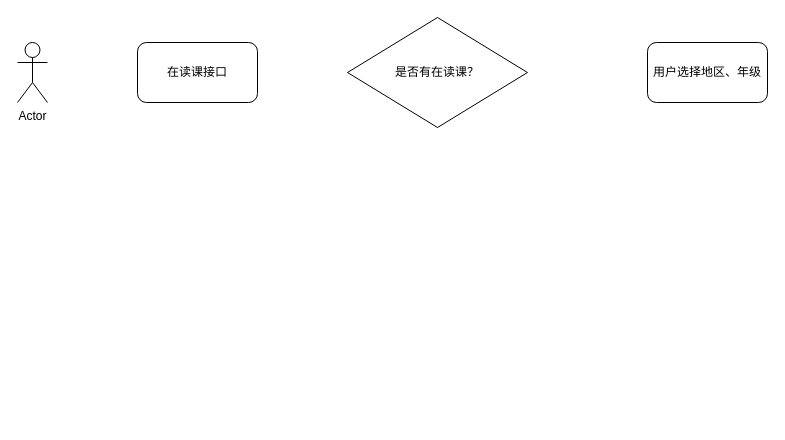
The draw.io diagram xiwang/小_初扩课.drawio in LanSeTianYe/draw, before the edit. Source tidied: cells renumbered, new cells numbered last; positions are measured from the earlier drawing's top-left corner, leaving out a move shared by most shapes. Both pictures are drawn from the tidied source at 100%, with x=0, y=0 at pixel (17, 17).
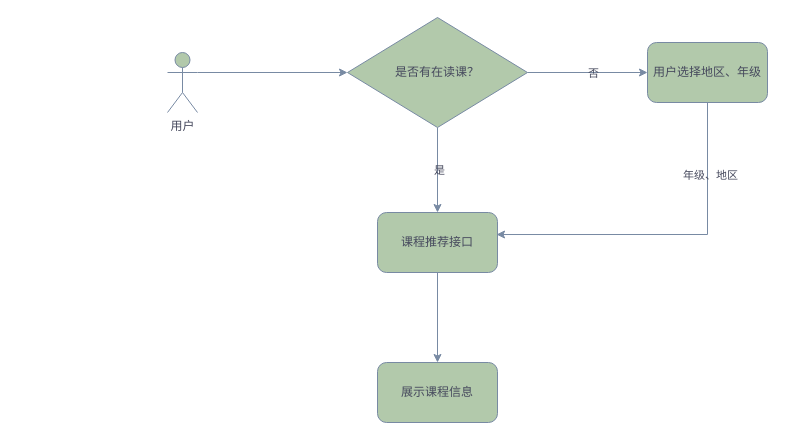
The same page after the edit.

Commit message (it also covers changes not shown here):
更新小_初扩课.drawio

Change to the diagram source:
```diff
@@
 <mxGraphModel>
   <root>
     <mxCell id="0" />
     <mxCell id="1" parent="0" />
+    <mxCell id="6" style="edgeStyle=orthogonalEdgeStyle;rounded=0;jettySize=auto;html=1;exitX=1;exitY=0.3333333333333333;exitDx=0;exitDy=0;exitPerimeter=0;entryX=0;entryY=0.5;entryDx=0;entryDy=0;labelBackgroundColor=none;strokeColor=#788AA3;fontColor=default;" parent="1" edge="1" source="2" target="3">
+      <mxGeometry relative="1" as="geometry" />
+    </mxCell>
-    <mxCell id="2" value="Actor" style="shape=umlActor;verticalLabelPosition=bottom;verticalAlign=top;html=1;outlineConnect=0;" parent="1" vertex="1">
-      <mxGeometry y="25" width="30" height="60" as="geometry" />
+    <mxCell id="2" value="用户" style="shape=umlActor;verticalLabelPosition=bottom;verticalAlign=top;html=1;outlineConnect=0;labelBackgroundColor=none;fillColor=#B2C9AB;strokeColor=#788AA3;fontColor=#46495D;" parent="1" vertex="1">
+      <mxGeometry x="150" y="35" width="30" height="60" as="geometry" />
     </mxCell>
+    <mxCell id="7" style="edgeStyle=orthogonalEdgeStyle;rounded=0;jettySize=auto;html=1;exitX=1;exitY=0.5;exitDx=0;exitDy=0;labelBackgroundColor=none;strokeColor=#788AA3;fontColor=default;" parent="1" edge="1" source="3" target="5">
+      <mxGeometry relative="1" as="geometry" />
+    </mxCell>
+    <mxCell id="8" value="否" style="edgeLabel;html=1;align=center;verticalAlign=middle;labelBackgroundColor=none;fontColor=#46495D;" parent="7" vertex="1">
+      <mxGeometry x="0.08" relative="1" as="geometry" />
+    </mxCell>
+    <mxCell id="9" style="edgeStyle=orthogonalEdgeStyle;rounded=0;jettySize=auto;html=1;exitX=0.5;exitY=1;exitDx=0;exitDy=0;entryX=0.5;entryY=0;entryDx=0;entryDy=0;labelBackgroundColor=none;strokeColor=#788AA3;fontColor=default;" parent="1" edge="1" source="3" target="12">
+      <mxGeometry relative="1" as="geometry" />
+    </mxCell>
+    <mxCell id="10" value="是" style="edgeLabel;html=1;align=center;verticalAlign=middle;labelBackgroundColor=none;fontColor=#46495D;" parent="9" vertex="1">
+      <mxGeometry x="-0.01" y="1" relative="1" as="geometry" />
+    </mxCell>
-    <mxCell id="3" value="是否有在读课？" style="rhombus;whiteSpace=wrap;html=1;" parent="1" vertex="1">
+    <mxCell id="3" value="是否有在读课？" style="rhombus;whiteSpace=wrap;html=1;labelBackgroundColor=none;fillColor=#B2C9AB;strokeColor=#788AA3;fontColor=#46495D;" parent="1" vertex="1">
       <mxGeometry x="330" width="180" height="110" as="geometry" />
     </mxCell>
-    <mxCell id="4" value="在读课接口" style="rounded=1;whiteSpace=wrap;html=1;" parent="1" vertex="1">
-      <mxGeometry x="120" y="25" width="120" height="60" as="geometry" />
-    </mxCell>
-    <mxCell id="5" value="用户选择地区、年级" style="rounded=1;whiteSpace=wrap;html=1;" parent="1" vertex="1">
+    <mxCell id="5" value="用户选择地区、年级" style="rounded=1;whiteSpace=wrap;html=1;labelBackgroundColor=none;fillColor=#B2C9AB;strokeColor=#788AA3;fontColor=#46495D;" parent="1" vertex="1">
       <mxGeometry x="630" y="25" width="120" height="60" as="geometry" />
     </mxCell>
+    <mxCell id="11" style="edgeStyle=orthogonalEdgeStyle;rounded=0;jettySize=auto;html=1;exitX=0.5;exitY=1;exitDx=0;exitDy=0;labelBackgroundColor=none;strokeColor=#788AA3;fontColor=default;" parent="1" edge="1" source="12" target="15">
+      <mxGeometry relative="1" as="geometry" />
+    </mxCell>
+    <mxCell id="12" value="课程推荐接口" style="rounded=1;whiteSpace=wrap;html=1;labelBackgroundColor=none;fillColor=#B2C9AB;strokeColor=#788AA3;fontColor=#46495D;" parent="1" vertex="1">
+      <mxGeometry x="360" y="195" width="120" height="60" as="geometry" />
+    </mxCell>
+    <mxCell id="13" style="edgeStyle=orthogonalEdgeStyle;rounded=0;jettySize=auto;html=1;exitX=0.5;exitY=1;exitDx=0;exitDy=0;entryX=0.992;entryY=0.367;entryDx=0;entryDy=0;entryPerimeter=0;labelBackgroundColor=none;strokeColor=#788AA3;fontColor=default;" parent="1" edge="1" source="5" target="12">
+      <mxGeometry relative="1" as="geometry" />
+    </mxCell>
+    <mxCell id="14" value="年级、地区" style="edgeLabel;html=1;align=center;verticalAlign=middle;labelBackgroundColor=none;fontColor=#46495D;" parent="13" vertex="1">
+      <mxGeometry x="-0.58" y="2" relative="1" as="geometry" />
+    </mxCell>
+    <mxCell id="15" value="展示课程信息" style="rounded=1;whiteSpace=wrap;html=1;labelBackgroundColor=none;fillColor=#B2C9AB;strokeColor=#788AA3;fontColor=#46495D;" parent="1" vertex="1">
+      <mxGeometry x="360" y="345" width="120" height="60" as="geometry" />
+    </mxCell>
   </root>
 </mxGraphModel>
```
